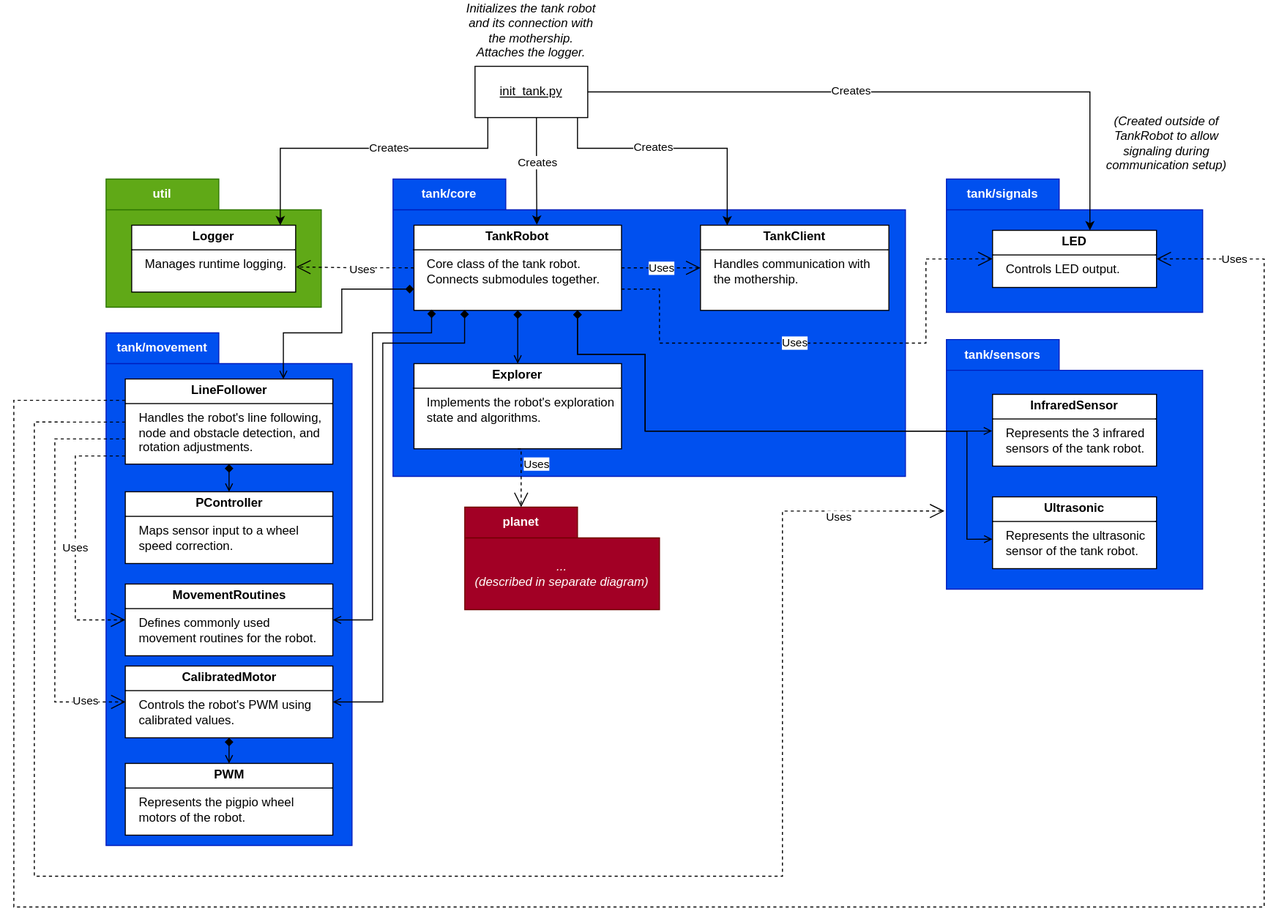
Before: docs/img/tank_uml.svg, a diagram exported from draw.io (ErikSeewald/Planetnove). Source tidied: cells renumbered, new cells last; positions are measured from the earlier drawing's top-left corner, leaving out a move shared by most shapes.
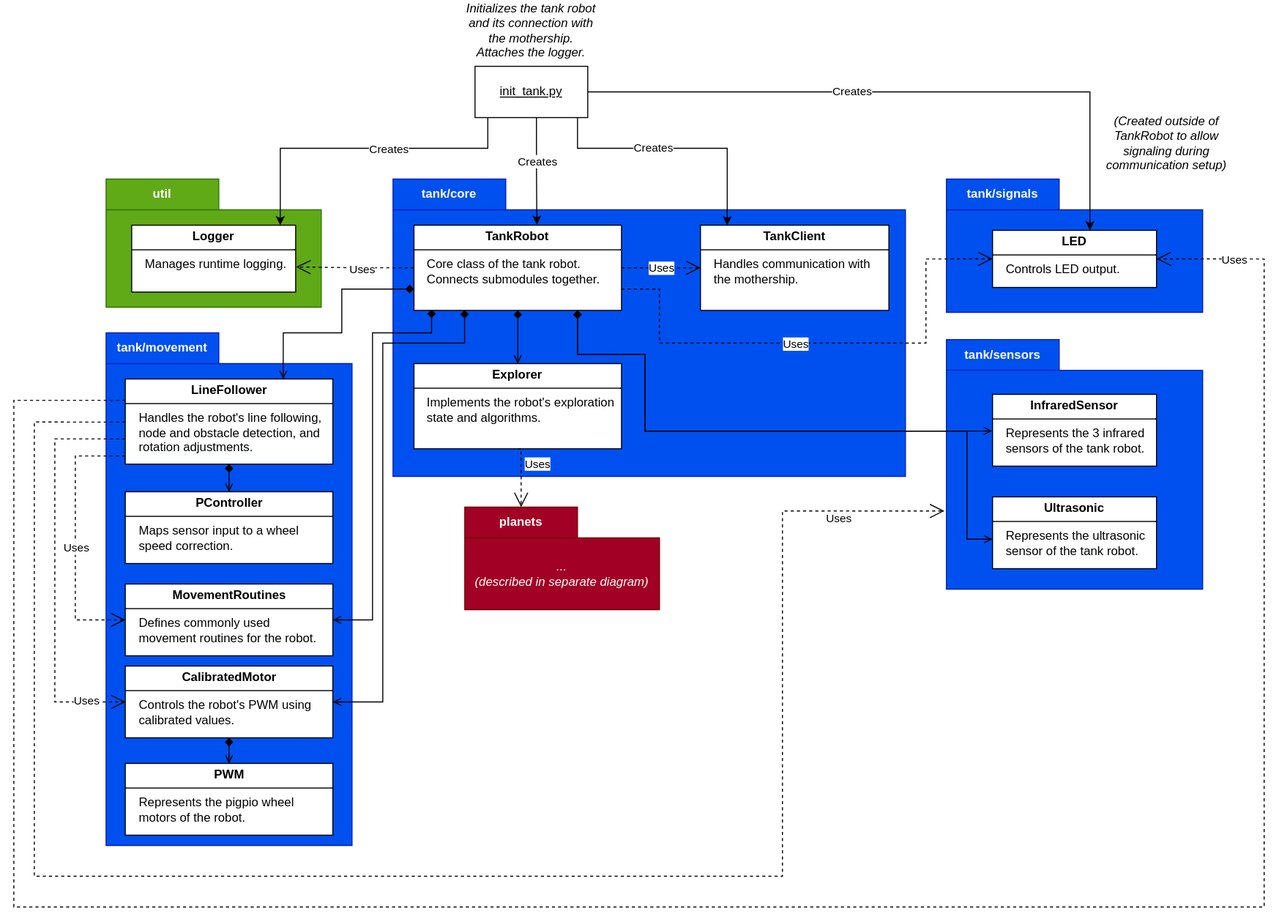
The same file after the commit.

Commit message:
add planets diagram

The edit, as a diff of the source:
```diff
@@ -197,7 +197,7 @@
         </Array>
       </mxGeometry>
     </mxCell>
-    <mxCell id="42" value="planet" style="shape=folder;fontStyle=1;tabWidth=110;tabHeight=30;tabPosition=left;html=1;boundedLbl=1;labelInHeader=1;whiteSpace=wrap;fillColor=#a20025;fontColor=#ffffff;strokeColor=#6F0000;" parent="1" vertex="1">
+    <mxCell id="42" value="planets" style="shape=folder;fontStyle=1;tabWidth=110;tabHeight=30;tabPosition=left;html=1;boundedLbl=1;labelInHeader=1;whiteSpace=wrap;fillColor=#a20025;fontColor=#ffffff;strokeColor=#6F0000;" parent="1" vertex="1">
       <mxGeometry x="440" y="480" width="190" height="100" as="geometry" />
     </mxCell>
     <mxCell id="43" value="&lt;font style=&quot;color: rgb(255, 255, 255);&quot;&gt;&lt;i&gt;...&lt;br&gt;(described in separate diagram)&lt;/i&gt;&lt;/font&gt;" style="html=1;strokeColor=none;fillColor=none;whiteSpace=wrap;" parent="42" vertex="1">
```
